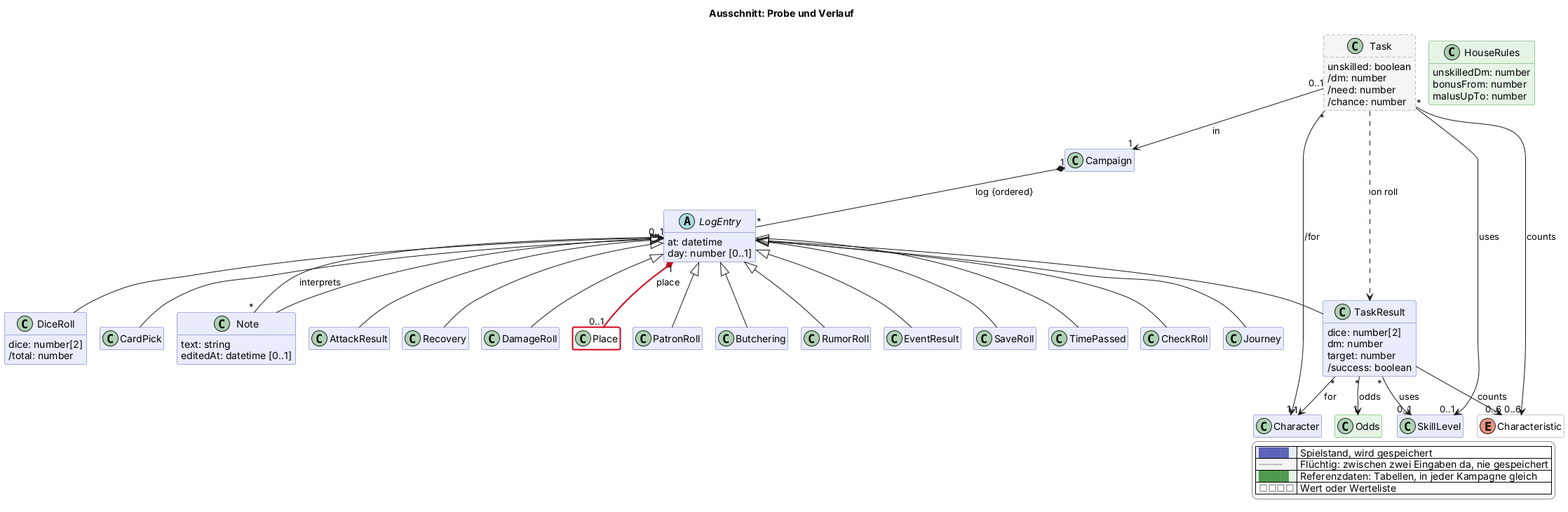
scuzzar/SRE keeps this PlantUML diagram as docs/views/probe.png. Above is the earlier version.
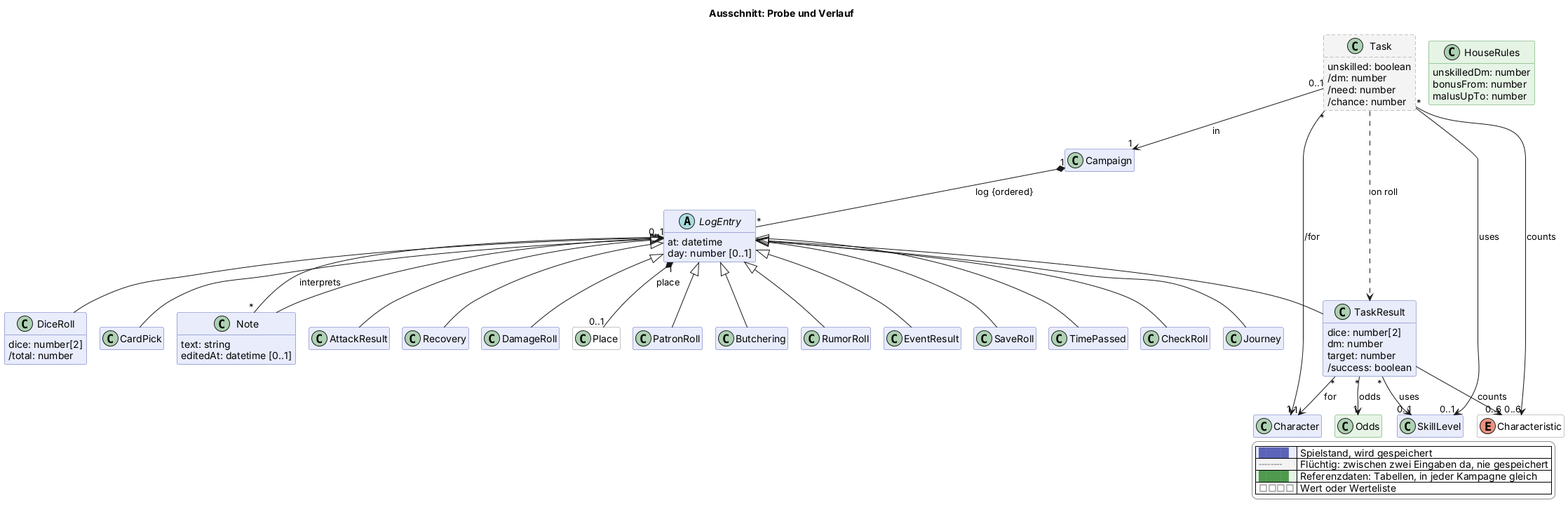
Above is the later version.

Diff of the diagram source:
```diff
@@ -117,7 +117,7 @@
     bonusFrom: number
     malusUpTo: number
   }
-  class Place <<value>> $oberflaeche $newClass("2026-11-14h")
+  class Place <<value>> $oberflaeche
   enum Characteristic <<value>> $charakter
 
 Campaign "1" *-- "*" LogEntry : log {ordered}
@@ -128,7 +128,7 @@
 
 
 
-LogEntry "1" *-$newArrow("2026-11-14h")- "0..1" Place : place
+LogEntry "1" *-- "0..1" Place : place
 
 
 
```
